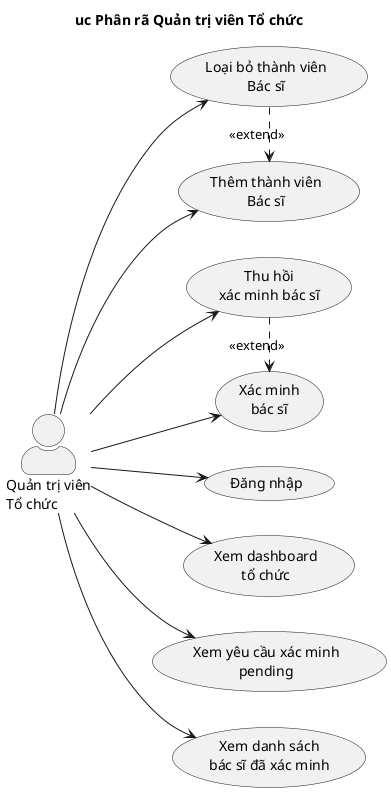
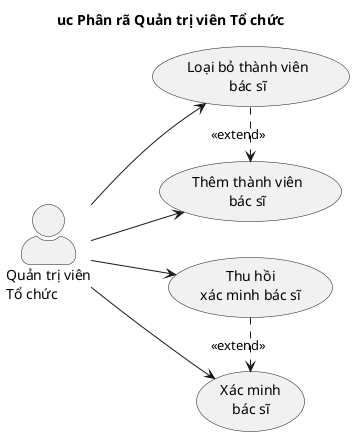
@startuml uc-to-chuc
title uc Phân rã Quản trị viên Tổ chức
left to right direction
skinparam packageStyle rectangle
skinparam actorStyle awesome

actor "Quản trị viên\nTổ chức" as OrgAdmin

- usecase "Đăng nhập" as UC_Login
- usecase "Xem dashboard\ntổ chức" as UC_Dashboard
+ usecase "Thêm thành viên\nbác sĩ" as UC_AddMember
+ usecase "Loại bỏ thành viên\nbác sĩ" as UC_RemoveMember

- usecase "Thêm thành viên\nBác sĩ" as UC_AddMember
- usecase "Loại bỏ thành viên\nBác sĩ" as UC_RemoveMember
- 
- usecase "Xem yêu cầu xác minh\npending" as UC_Pending
usecase "Xác minh\nbác sĩ" as UC_Verify
usecase "Thu hồi\nxác minh bác sĩ" as UC_RevokeVerify
- usecase "Xem danh sách\nbác sĩ đã xác minh" as UC_VerifiedList

- OrgAdmin --> UC_Login
- OrgAdmin --> UC_Dashboard
OrgAdmin --> UC_AddMember
OrgAdmin --> UC_RemoveMember
- OrgAdmin --> UC_Pending
OrgAdmin --> UC_Verify
OrgAdmin --> UC_RevokeVerify
- OrgAdmin --> UC_VerifiedList

UC_RemoveMember .> UC_AddMember : <<extend>>
- UC_RevokeVerify .> UC_Verify : <<extend>>
+ UC_RevokeVerify .> UC_Verify    : <<extend>>

@enduml
